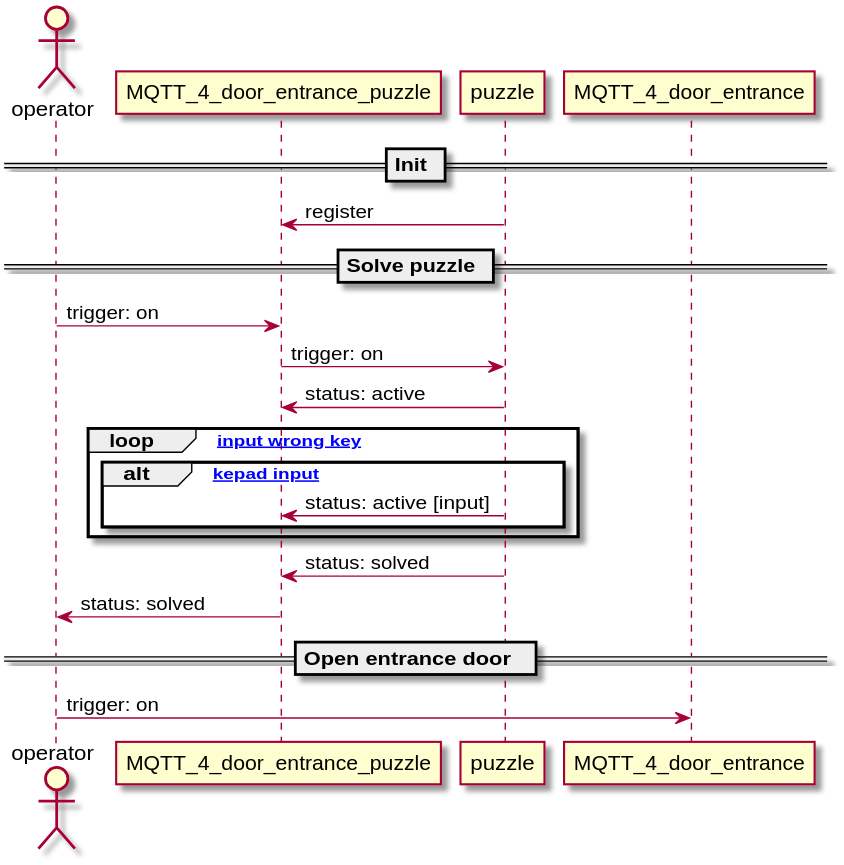
Above: doc/design/group_4_puzzle_entrance_door.svg in ubilab-ws21/operator (PlantUML), before the change.
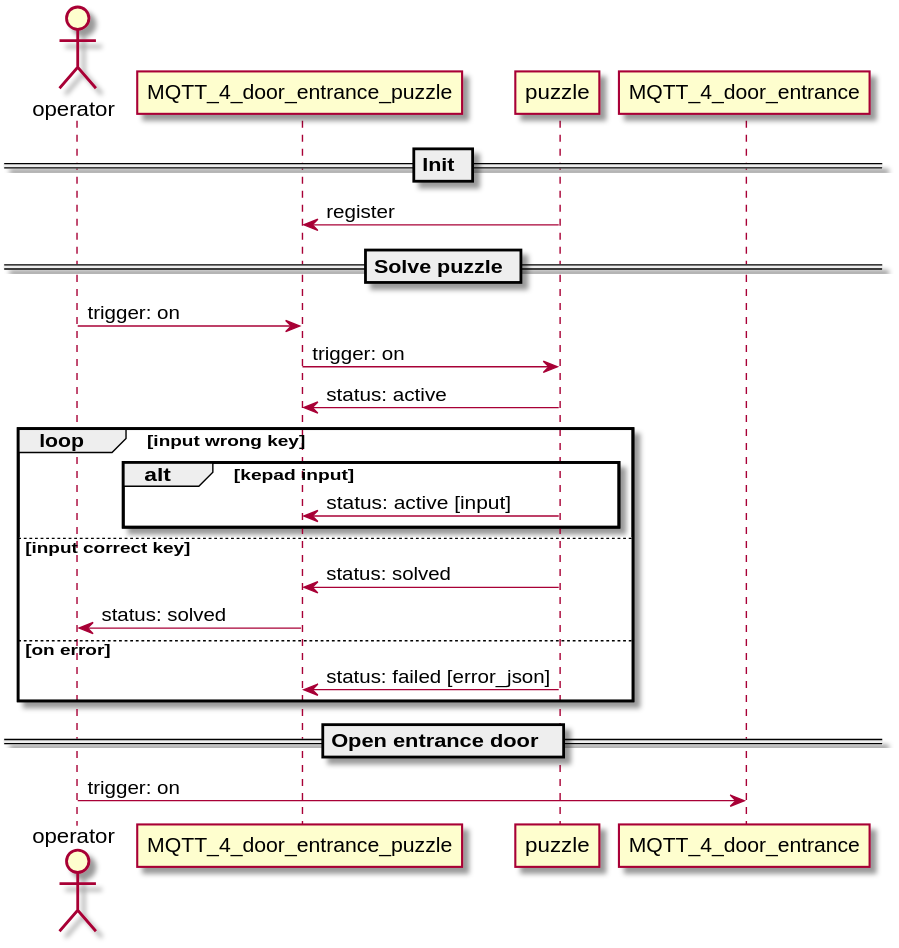
The same diagram one commit later.

Commit message:
Adapt diagrams of group 4 by error handling

What changed in the source:
```diff
@@ -12,14 +12,16 @@
 MQTT_4_door_entrance_puzzle -> puzzle: trigger: on
 puzzle -> MQTT_4_door_entrance_puzzle: status: active
 
-loop [while input wrong key]
-    alt [on kepad input]
+loop input wrong key
+    alt kepad input
         puzzle -> MQTT_4_door_entrance_puzzle: status: active [input]
     end
+else input correct key
+    puzzle -> MQTT_4_door_entrance_puzzle: status: solved
+    MQTT_4_door_entrance_puzzle -> operator: status: solved
+else on error
+    puzzle -> MQTT_4_door_entrance_puzzle: status: failed [error_json]
 end
-
-puzzle -> MQTT_4_door_entrance_puzzle: status: solved
-MQTT_4_door_entrance_puzzle -> operator: status: solved
 
 == Open entrance door  ==
 operator -> MQTT_4_door_entrance: trigger: on
```
